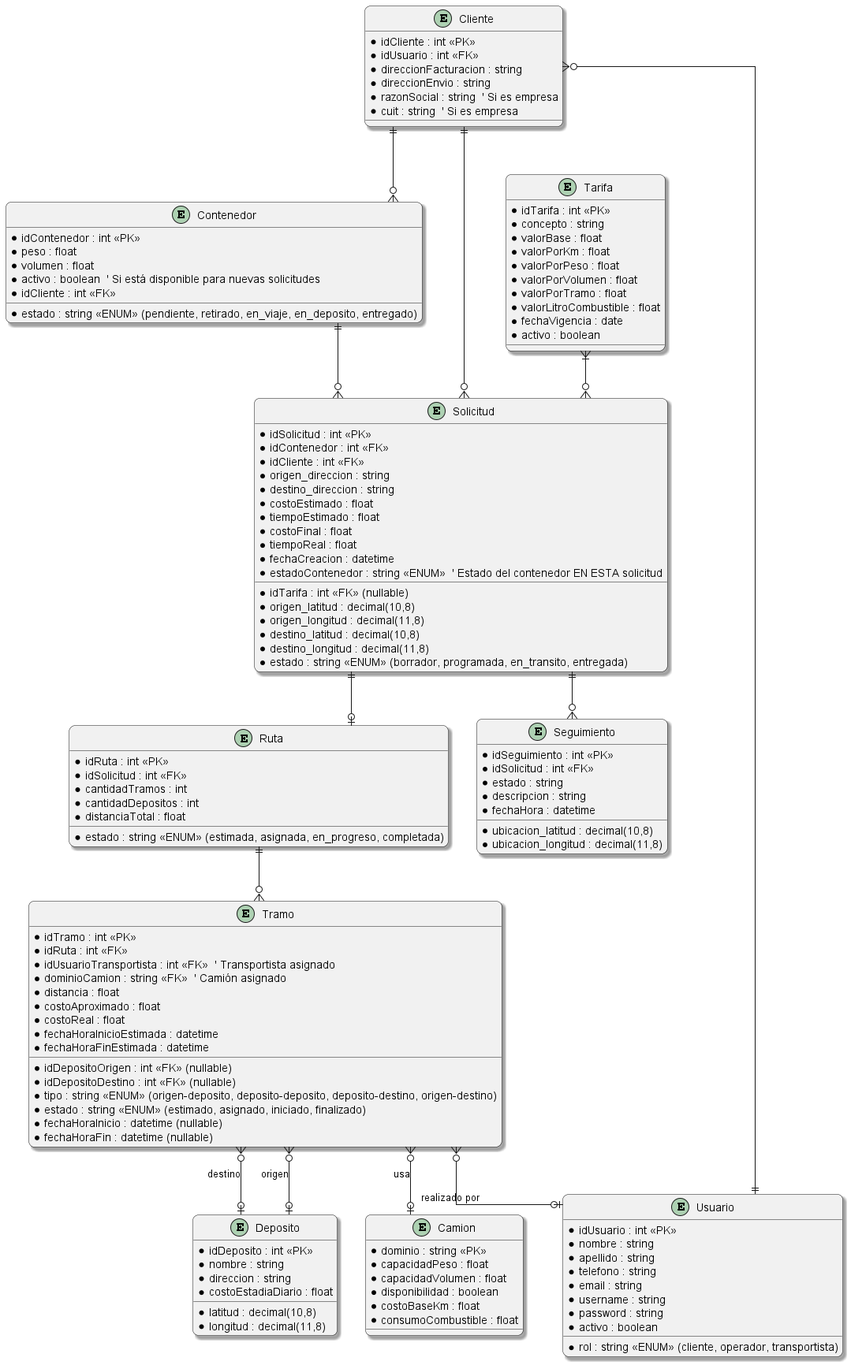
Earlier version of the PlantUML export docs/diagrams/ER/entidad_relacion.png (franAndrad/Backend-Sistema_Logico_Transporte). Source of this version:
```plantuml
@startuml "Empresa Transporte"

skinparam roundcorner 15
skinparam shadowing true
skinparam linetype ortho

entity Deposito {
    * idDeposito : int <<PK>>
    * nombre : string
    * direccion : string
    * latitud : decimal(10,8)
    * longitud : decimal(11,8)
    * costoEstadiaDiario : float
}

entity Contenedor {
    * idContenedor : int <<PK>>
    * peso : float
    * volumen : float
    * estado : string <<ENUM>> (pendiente, retirado, en_viaje, en_deposito, entregado)
    * activo : boolean  ' Si está disponible para nuevas solicitudes
    * idCliente : int <<FK>>
}

entity Solicitud {
    * idSolicitud : int <<PK>>
    * idContenedor : int <<FK>>
    * idCliente : int <<FK>>
    * idTarifa : int <<FK>> (nullable)
    * origen_direccion : string
    * origen_latitud : decimal(10,8)
    * origen_longitud : decimal(11,8)
    * destino_direccion : string
    * destino_latitud : decimal(10,8)
    * destino_longitud : decimal(11,8)
    * costoEstimado : float
    * tiempoEstimado : float
    * costoFinal : float
    * tiempoReal : float
    * fechaCreacion : datetime
    * estado : string <<ENUM>> (borrador, programada, en_transito, entregada)
    * estadoContenedor : string <<ENUM>>  ' Estado del contenedor EN ESTA solicitud
}

entity Ruta {
    * idRuta : int <<PK>>
    * idSolicitud : int <<FK>>
    * cantidadTramos : int
    * cantidadDepositos : int
    * distanciaTotal : float
    * estado : string <<ENUM>> (estimada, asignada, en_progreso, completada)
}

entity Tramo {
    * idTramo : int <<PK>>
    * idRuta : int <<FK>>
    * idDepositoOrigen : int <<FK>> (nullable)
    * idDepositoDestino : int <<FK>> (nullable)
    * idUsuarioTransportista : int <<FK>>  ' Transportista asignado
    * dominioCamion : string <<FK>>  ' Camión asignado
    * tipo : string <<ENUM>> (origen-deposito, deposito-deposito, deposito-destino, origen-destino)
    * estado : string <<ENUM>> (estimado, asignado, iniciado, finalizado)
    * distancia : float
    * costoAproximado : float
    * costoReal : float
    * fechaHoraInicioEstimada : datetime
    * fechaHoraFinEstimada : datetime
    * fechaHoraInicio : datetime (nullable)
    * fechaHoraFin : datetime (nullable)
}

entity Camion {
    * dominio : string <<PK>>
    * capacidadPeso : float
    * capacidadVolumen : float
    * disponibilidad : boolean
    * costoBaseKm : float
    * consumoCombustible : float
}

entity Cliente {
    * idCliente : int <<PK>>
    * idUsuario : int <<FK>>
    * direccionFacturacion : string
    * direccionEnvio : string
    * razonSocial : string  ' Si es empresa
    * cuit : string  ' Si es empresa
}

entity Tarifa {
    * idTarifa : int <<PK>>
    * concepto : string
    * valorBase : float
    * valorPorKm : float
    * valorPorPeso : float
    * valorPorVolumen : float
    * valorPorTramo : float
    * valorLitroCombustible : float
    * fechaVigencia : date
    * activo : boolean
}

entity Usuario {
    * idUsuario : int <<PK>>
    * nombre : string
    * apellido : string
    * telefono : string
    * email : string
    * username : string
    * password : string
    * rol : string <<ENUM>> (cliente, operador, transportista)
    * activo : boolean
}

entity Seguimiento {
    * idSeguimiento : int <<PK>>
    * idSolicitud : int <<FK>>
    * estado : string
    * descripcion : string
    * fechaHora : datetime
    * ubicacion_latitud : decimal(10,8)
    * ubicacion_longitud : decimal(11,8)
}

Cliente ||--o{ Contenedor
Cliente ||--o{ Solicitud
Cliente }o--|| Usuario
Contenedor ||--o{ Solicitud
Solicitud ||--o| Ruta
Ruta ||--o{ Tramo

Tramo }o--o| Deposito : origen
Tramo }o--o| Deposito : destino

Tramo }o--o| Camion : "usa"
Tarifa }|--o{ Solicitud
Solicitud ||--o{ Seguimiento

Tramo }o--o| Usuario : "realizado por"

@enduml
```
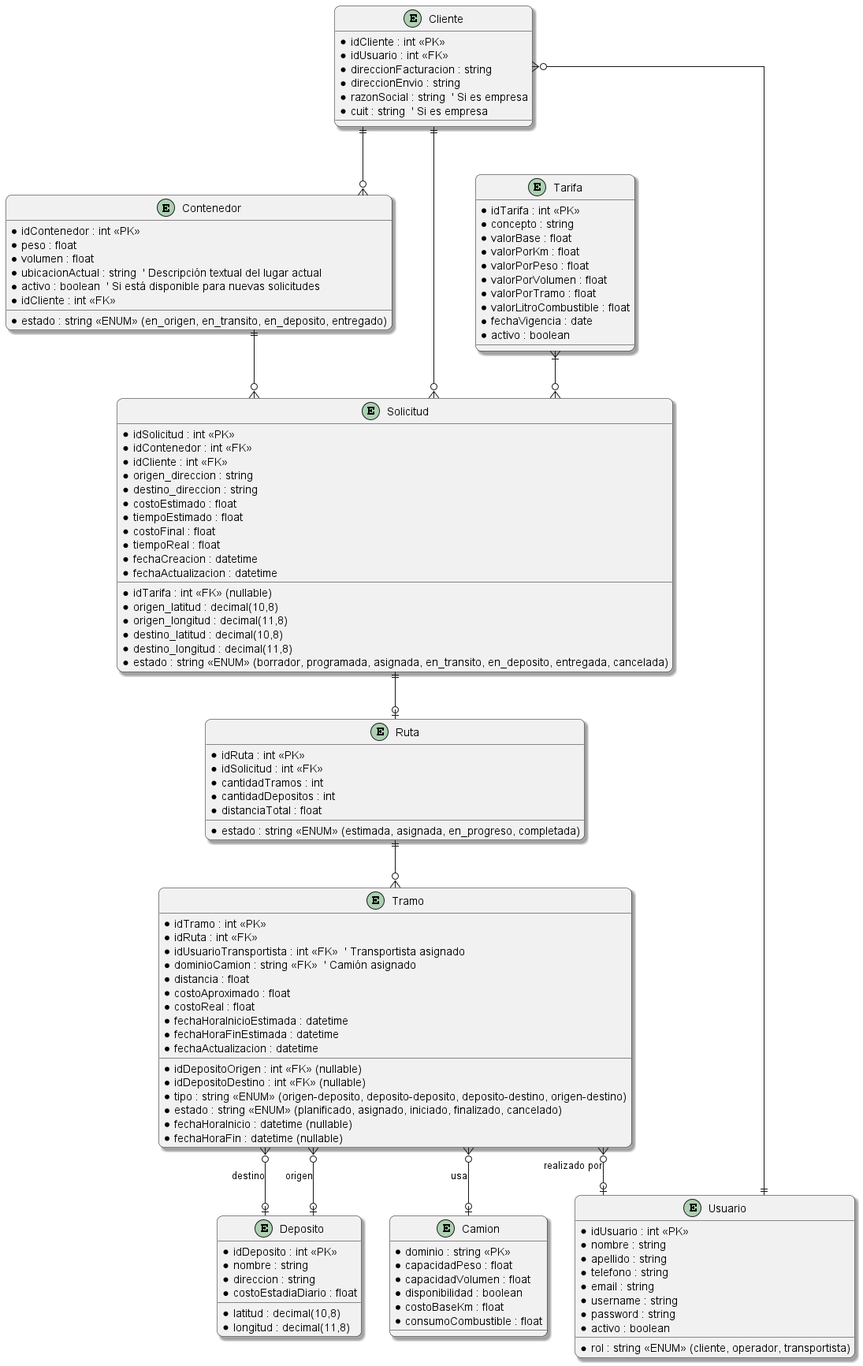
After the commit.

Commit message:
se quito el seguimiento en tiempo real

Change to the diagram source:
```diff
@@ -1,4 +1,4 @@
-@startuml "Empresa Transporte"
+@startuml "entidad_relacion"
 
 skinparam roundcorner 15
 skinparam shadowing true
@@ -17,7 +17,8 @@
     * idContenedor : int <<PK>>
     * peso : float
     * volumen : float
-    * estado : string <<ENUM>> (pendiente, retirado, en_viaje, en_deposito, entregado)
+    * estado : string <<ENUM>> (en_origen, en_transito, en_deposito, entregado)
+    * ubicacionActual : string  ' Descripción textual del lugar actual
     * activo : boolean  ' Si está disponible para nuevas solicitudes
     * idCliente : int <<FK>>
 }
@@ -38,8 +39,8 @@
     * costoFinal : float
     * tiempoReal : float
     * fechaCreacion : datetime
-    * estado : string <<ENUM>> (borrador, programada, en_transito, entregada)
-    * estadoContenedor : string <<ENUM>>  ' Estado del contenedor EN ESTA solicitud
+    * fechaActualizacion : datetime
+    * estado : string <<ENUM>> (borrador, programada, asignada, en_transito, en_deposito, entregada, cancelada)
 }
 
 entity Ruta {
@@ -59,7 +60,7 @@
     * idUsuarioTransportista : int <<FK>>  ' Transportista asignado
     * dominioCamion : string <<FK>>  ' Camión asignado
     * tipo : string <<ENUM>> (origen-deposito, deposito-deposito, deposito-destino, origen-destino)
-    * estado : string <<ENUM>> (estimado, asignado, iniciado, finalizado)
+    * estado : string <<ENUM>> (planificado, asignado, iniciado, finalizado, cancelado)
     * distancia : float
     * costoAproximado : float
     * costoReal : float
@@ -67,6 +68,7 @@
     * fechaHoraFinEstimada : datetime
     * fechaHoraInicio : datetime (nullable)
     * fechaHoraFin : datetime (nullable)
+    * fechaActualizacion : datetime
 }
 
 entity Camion {
@@ -112,16 +114,6 @@
     * activo : boolean
 }
 
-entity Seguimiento {
-    * idSeguimiento : int <<PK>>
-    * idSolicitud : int <<FK>>
-    * estado : string
-    * descripcion : string
-    * fechaHora : datetime
-    * ubicacion_latitud : decimal(10,8)
-    * ubicacion_longitud : decimal(11,8)
-}
-
 Cliente ||--o{ Contenedor
 Cliente ||--o{ Solicitud
 Cliente }o--|| Usuario
@@ -134,7 +126,6 @@
 
 Tramo }o--o| Camion : "usa"
 Tarifa }|--o{ Solicitud
-Solicitud ||--o{ Seguimiento
 
 Tramo }o--o| Usuario : "realizado por"
 
```
